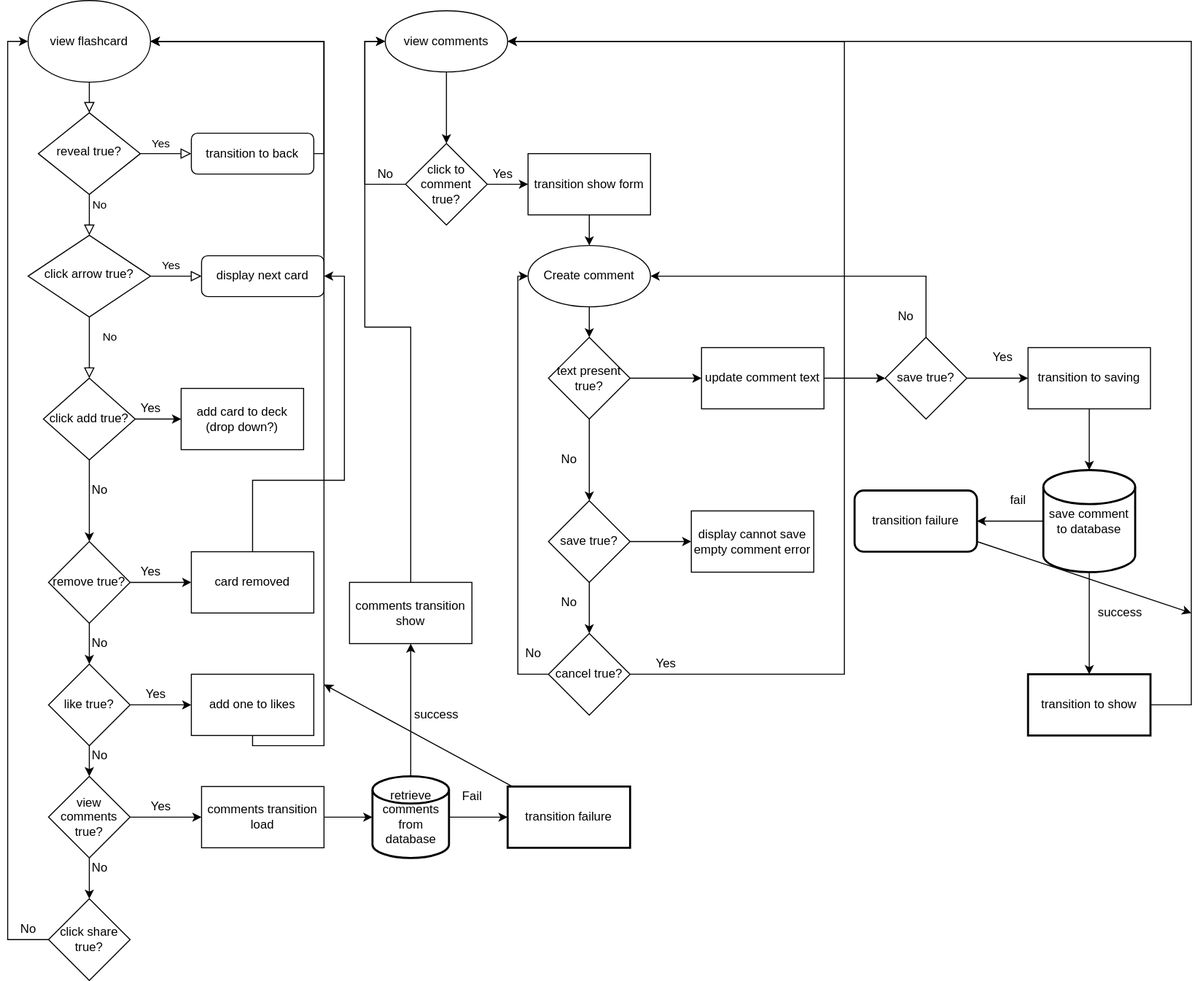
Diogenesoftoronto/flashnerds keeps this draw.io diagram as planning/flashcards.drawio.svg. Above is the earlier version. Source tidied: cells renumbered, new cells last; positions are measured from the earlier drawing's top-left corner, leaving out a move shared by most shapes.
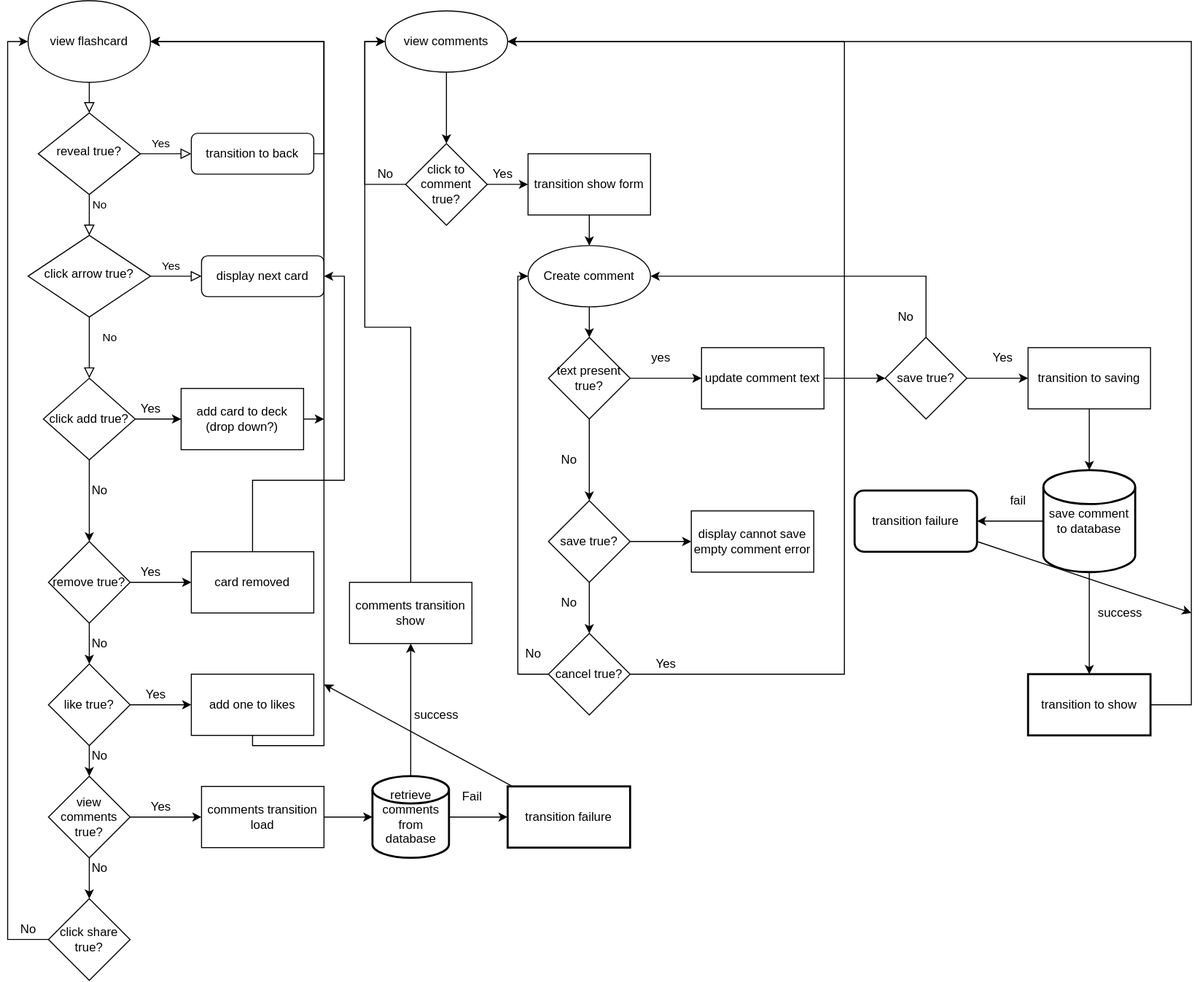
Later version of the same file.

Commit message:
flash card update with text

The edit, as a diff of the source:
```diff
@@ -61,6 +61,11 @@
     <mxCell id="15" value="click add true?" style="rhombus;whiteSpace=wrap;html=1;" parent="1" vertex="1">
       <mxGeometry x="35" y="370" width="90" height="80" as="geometry" />
     </mxCell>
+    <mxCell id="96" style="edgeStyle=none;html=1;" parent="1" edge="1" source="16">
+      <mxGeometry relative="1" as="geometry">
+        <mxPoint x="310" y="410" as="targetPoint" />
+      </mxGeometry>
+    </mxCell>
     <mxCell id="16" value="add card to deck (drop down?)" style="whiteSpace=wrap;html=1;" parent="1" vertex="1">
       <mxGeometry x="170" y="380" width="120" height="60" as="geometry" />
     </mxCell>
@@ -347,5 +352,8 @@
     <mxCell id="95" value="fail" style="text;html=1;align=center;verticalAlign=middle;strokeColor=none;fillColor=none;" parent="1" vertex="1">
       <mxGeometry x="975" y="480" width="30" height="20" as="geometry" />
     </mxCell>
+    <mxCell id="97" value="yes" style="text;html=1;align=center;verticalAlign=middle;strokeColor=none;fillColor=none;" parent="1" vertex="1">
+      <mxGeometry x="625" y="340" width="30" height="20" as="geometry" />
+    </mxCell>
   </root>
 </mxGraphModel>
```
